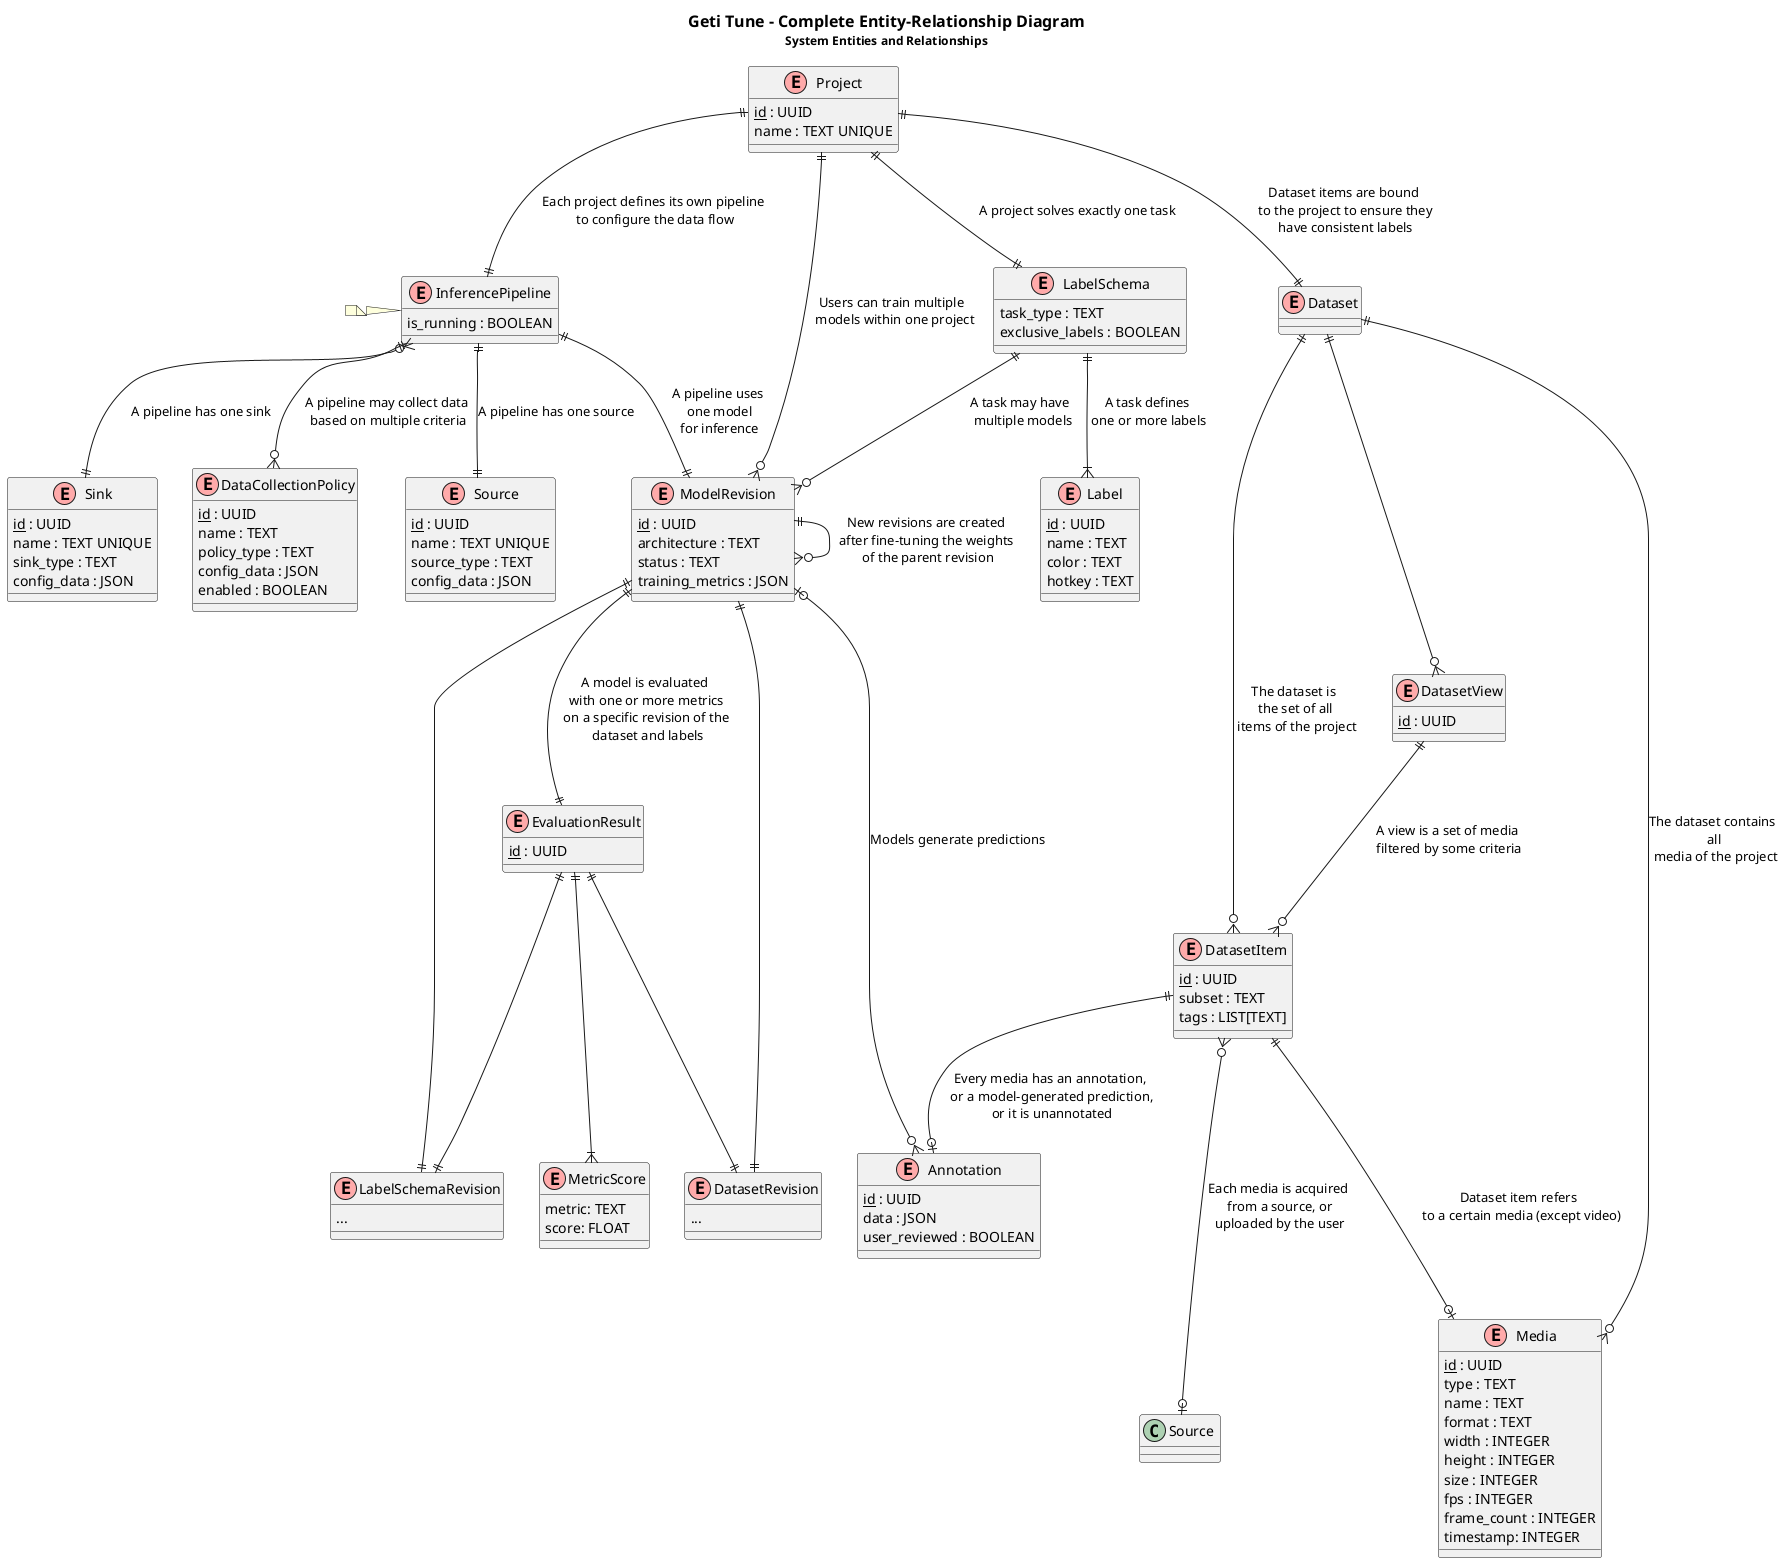
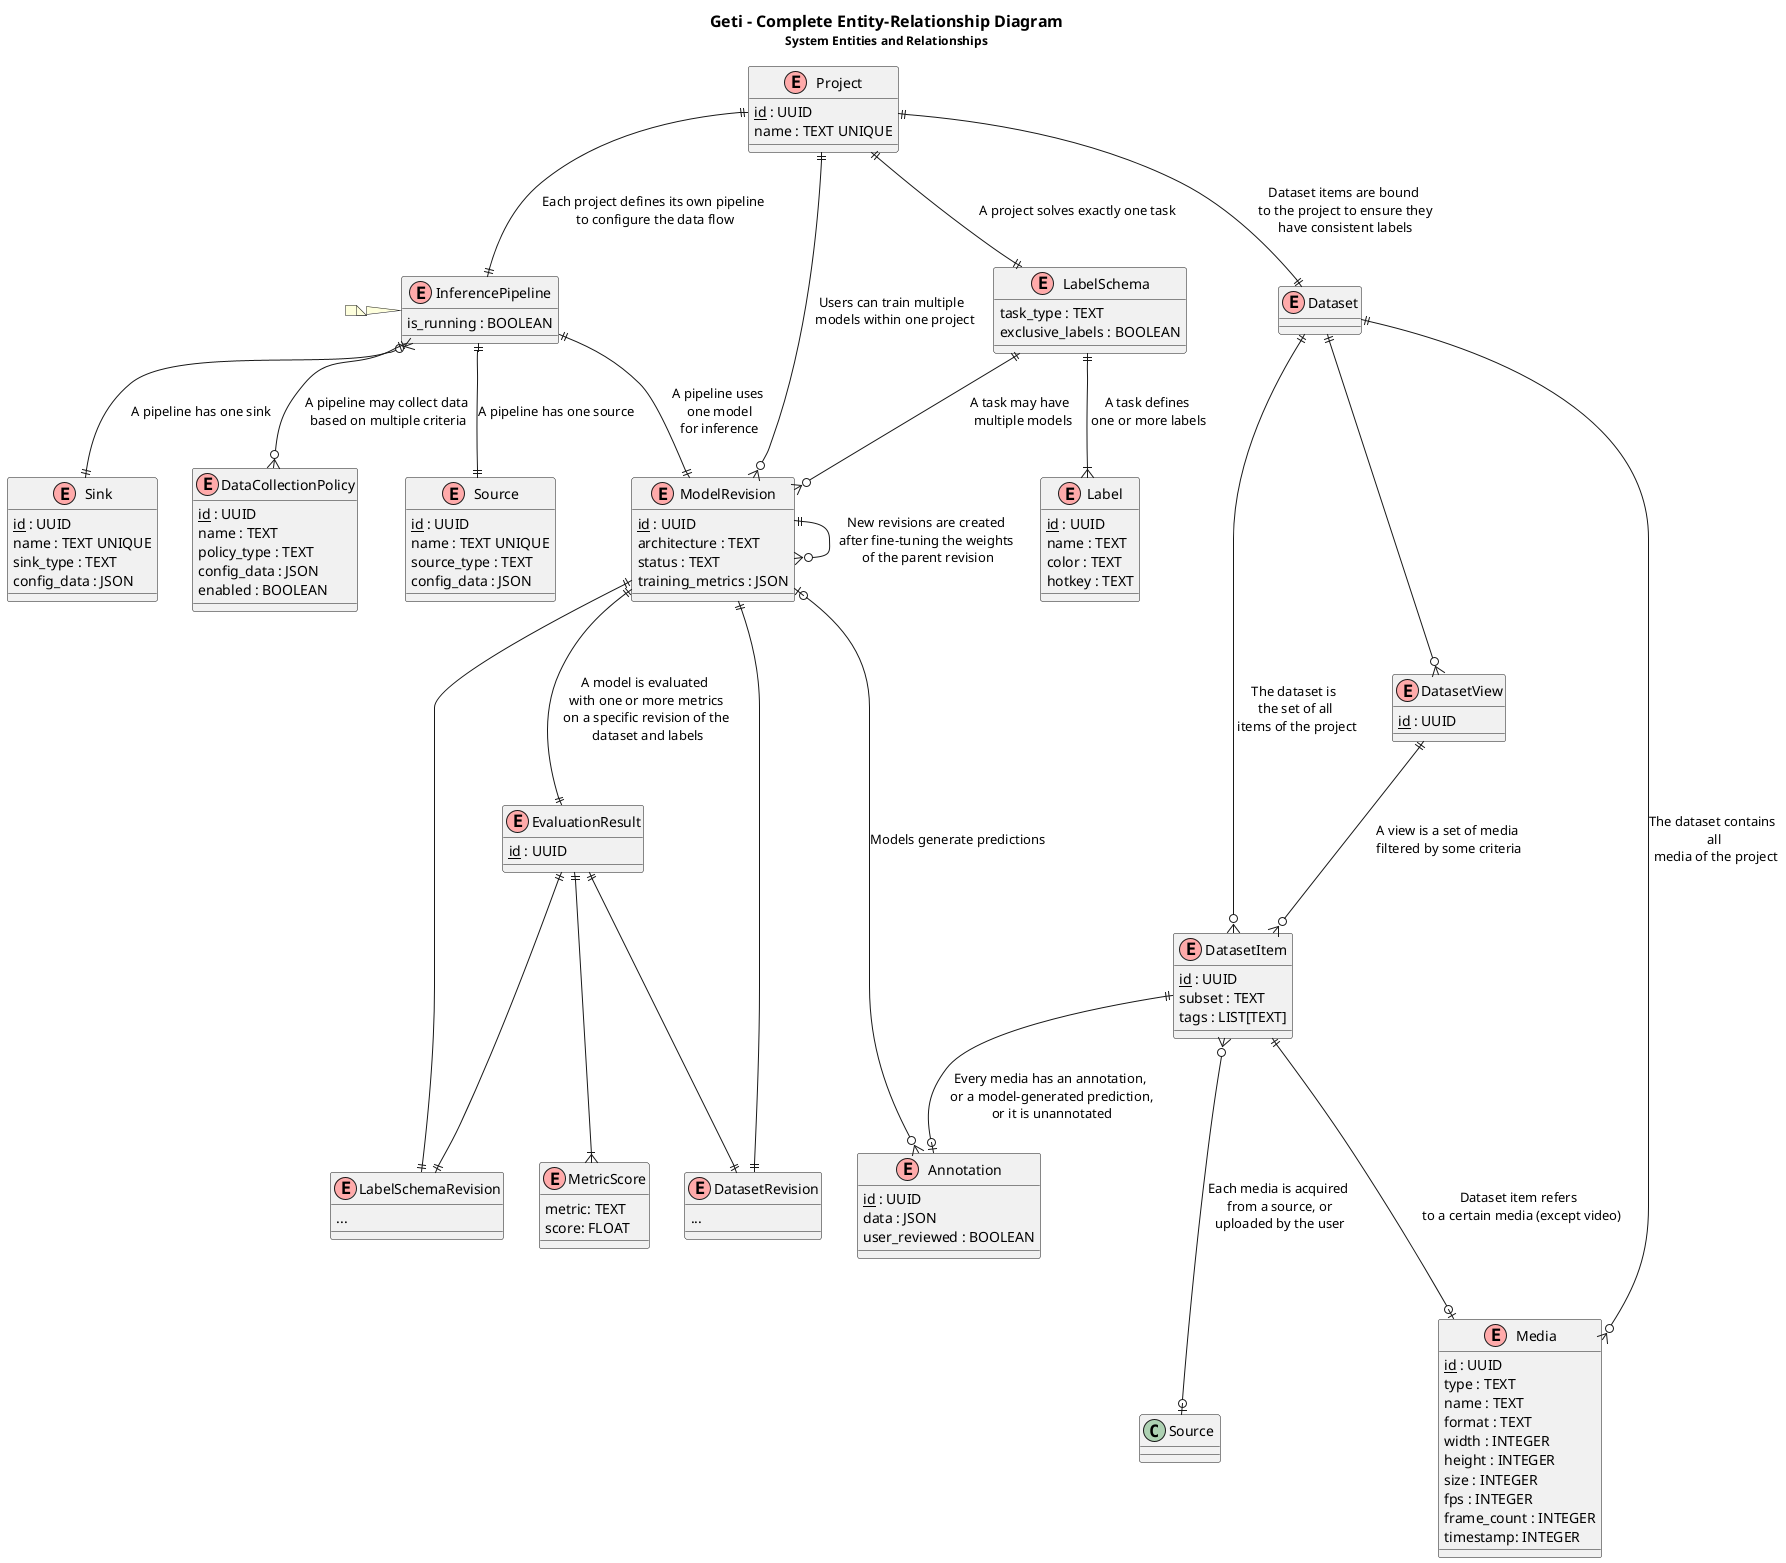
@startuml "Complete-ER"
!define entity(x) class x << (E,#FFAAAA) >>
!define pk(x) <u>x</u>

title
- <size:16><b>Geti Tune - Complete Entity-Relationship Diagram</b></size>
+ <size:16><b>Geti - Complete Entity-Relationship Diagram</b></size>
<size:12>System Entities and Relationships</size>
end title


entity(Project) {
  pk(id) : UUID
  name : TEXT UNIQUE
}

' Task related entities entities
entity(LabelSchema) {
  task_type : TEXT
  exclusive_labels : BOOLEAN
}

entity(LabelSchemaRevision) {
  ...
}

entity(Label) {
  pk(id) : UUID
  name : TEXT
  color : TEXT
  hotkey : TEXT
}

' InferencePipeline related entities
entity(InferencePipeline) {
  is_running : BOOLEAN
}

entity(Source) {
  pk(id) : UUID
  name : TEXT UNIQUE
  source_type : TEXT
  config_data : JSON
}

entity(Sink) {
  pk(id) : UUID
  name : TEXT UNIQUE
  sink_type : TEXT
  config_data : JSON
}

entity(DataCollectionPolicy) {
  pk(id) : UUID
  name : TEXT
  policy_type : TEXT
  config_data : JSON
  enabled : BOOLEAN
}

' Dataset and Media entities
entity(Dataset) {}

entity(DatasetView) {
  pk(id) : UUID
}

entity(DatasetRevision) {
  ...
}

entity(Media) {
  pk(id) : UUID
  type : TEXT
  name : TEXT
  format : TEXT
  width : INTEGER
  height : INTEGER
  size : INTEGER
' Video specific fields
  fps : INTEGER
  frame_count : INTEGER
' Video frame specific field
  timestamp: INTEGER
}

entity(DatasetItem) {
  pk(id) : UUID
  subset : TEXT
  tags : LIST[TEXT]
}

entity(Annotation) {
  pk(id) : UUID
  data : JSON
  user_reviewed : BOOLEAN
}

' Model related entities
entity(ModelRevision) {
  pk(id) : UUID
  architecture : TEXT
  status : TEXT
  training_metrics : JSON
}

entity(EvaluationResult) {
  pk(id) : UUID
}

entity(MetricScore) {
  metric: TEXT
  score: FLOAT
}

' Relationships
Project ||--|| LabelSchema : "A project solves exactly one task"
Project ||--|| InferencePipeline : "Each project defines its own pipeline \nto configure the data flow"
Project ||--|| Dataset : "Dataset items are bound\n to the project to ensure they\n have consistent labels"
Project ||--o{ ModelRevision : "Users can train multiple \n models within one project"

LabelSchema ||--|{ Label : "A task defines\n one or more labels"
LabelSchema ||--o{ ModelRevision : "A task may have \n multiple models"

InferencePipeline ||--|| Source : "A pipeline has one source"
InferencePipeline }o--|| Sink : "A pipeline has one sink"
InferencePipeline ||--o{ DataCollectionPolicy : "A pipeline may collect data\n based on multiple criteria"
InferencePipeline ||--|| ModelRevision : "A pipeline uses\n one model\n for inference"

Dataset ||---o{ DatasetItem: "The dataset is \n the set of all \n items of the project"
Dataset ||---o{ Media: "The dataset contains \n all \n media of the project"
Dataset ||---o{ DatasetView
DatasetItem ||--o| Annotation : "Every media has an annotation,\n or a model-generated prediction,\n or it is unannotated"
DatasetItem }o---o| "Source " : "Each media is acquired\n from a source, or\n uploaded by the user"
DatasetItem ||---o| "Media" : "Dataset item refers \n to a certain media (except video)"
DatasetView ||---o{ DatasetItem: "A view is a set of media\n filtered by some criteria"

ModelRevision ||---o{ ModelRevision : "New revisions are created\n after fine-tuning the weights \n of the parent revision"
ModelRevision |o---o{ Annotation : "Models generate predictions"
ModelRevision ||---|| LabelSchemaRevision
ModelRevision ||---|| DatasetRevision
ModelRevision ||---|| EvaluationResult : "A model is evaluated \n with one or more metrics \n on a specific revision of the \n dataset and labels"
EvaluationResult ||---|| LabelSchemaRevision
EvaluationResult ||---|| DatasetRevision
EvaluationResult ||---|{ MetricScore

' this dummy note only exist for pretty formatting
note left of InferencePipeline
end note

@enduml
